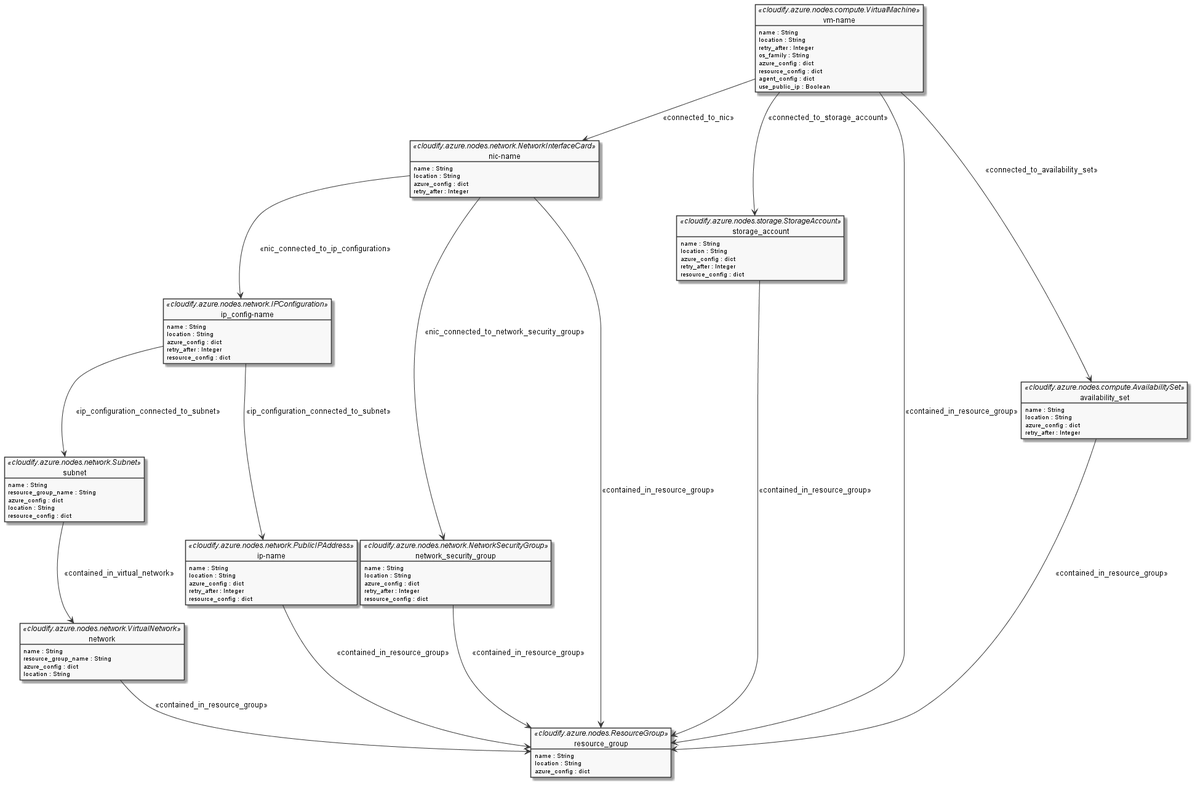
tasiomendez/iac-modelling keeps this PlantUML diagram as plantuml/out/azure/cloudify/cloudify.png. Above is the earlier version.
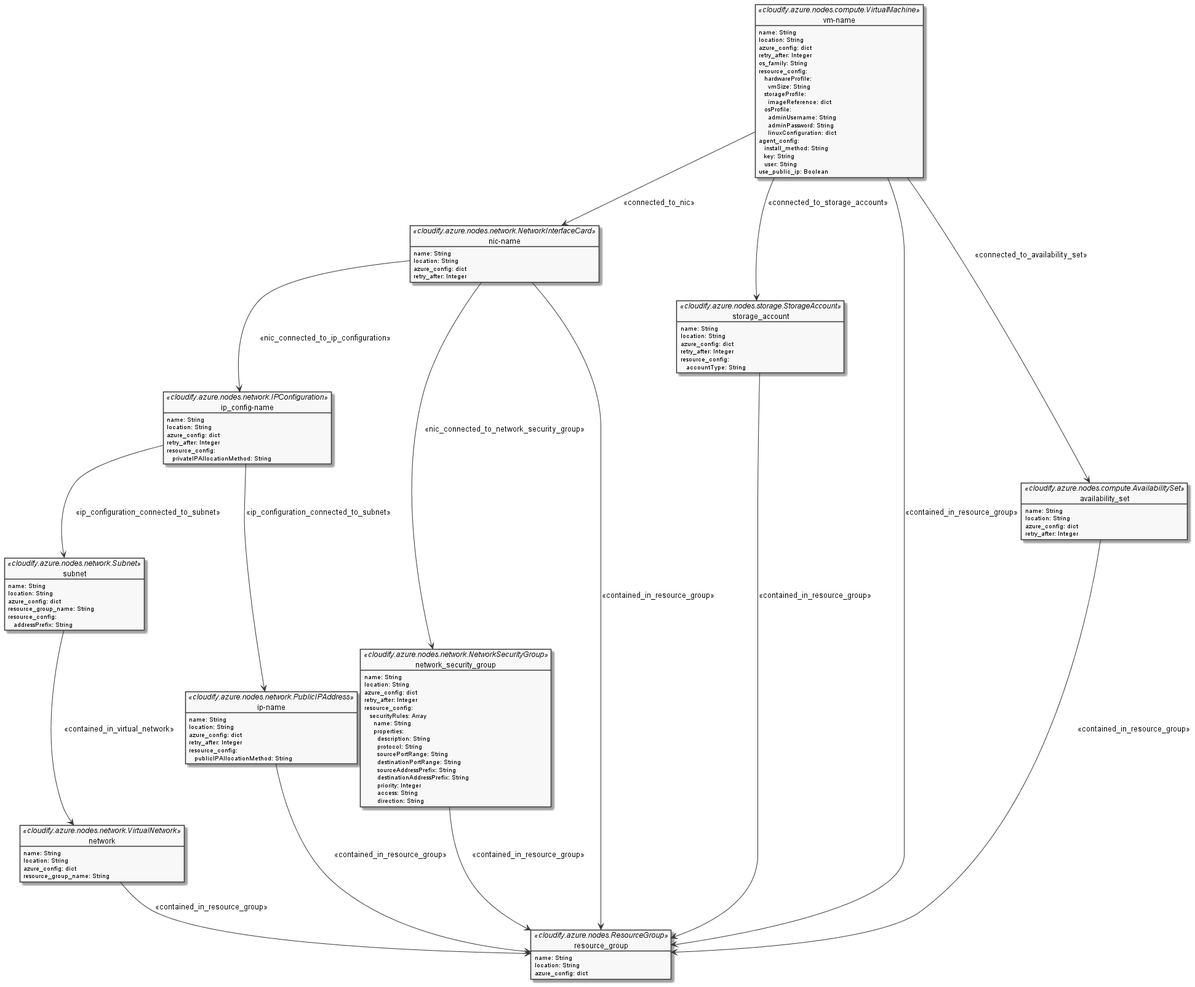
Later version of the same file.

The edit, as a diff of the source:
```diff
@@ -1,83 +1,111 @@
 @startuml cloudify
 
 skinparam monochrome true
+skinparam tabSize 2
 
 object "nic-name" as network_interface <<cloudify.azure.nodes.network.NetworkInterfaceCard>> {
-    name : String
-    location : String
-    azure_config : dict
-    retry_after : Integer
+    name: String
+    location: String
+    azure_config: dict
+    retry_after: Integer
 }
 
 object "network" as virtual_network <<cloudify.azure.nodes.network.VirtualNetwork>> {
-    name : String
-    resource_group_name : String
-    azure_config : dict
-    location : String
+    name: String
+    location: String
+    azure_config: dict
+    resource_group_name: String
 }
 
 object "subnet" as subnet <<cloudify.azure.nodes.network.Subnet>> {
-    name : String
-    resource_group_name : String
-    azure_config : dict
-    location : String
-    resource_config : dict
+    name: String
+    location: String
+    azure_config: dict
+    resource_group_name: String
+    resource_config:
+        \t addressPrefix: String
 }
 
 object "ip-name" as static_public_ip <<cloudify.azure.nodes.network.PublicIPAddress>> {
-    name : String
-    location : String
-    azure_config : dict
-    retry_after : Integer
-    resource_config : dict
+    name: String
+    location: String
+    azure_config: dict
+    retry_after: Integer
+    resource_config:
+        \t publicIPAllocationMethod: String
 }
 
 object "ip_config-name" as ip_configuration <<cloudify.azure.nodes.network.IPConfiguration>> {
-    name : String
-    location : String
-    azure_config : dict
-    retry_after : Integer
-    resource_config : dict
+    name: String
+    location: String
+    azure_config: dict
+    retry_after: Integer
+    resource_config:
+        \t privateIPAllocationMethod: String
 }
 
 object "network_security_group" as network_security_group <<cloudify.azure.nodes.network.NetworkSecurityGroup>> {
-    name : String
-    location : String
-    azure_config : dict
-    retry_after : Integer
-    resource_config : dict
+    name: String
+    location: String
+    azure_config: dict
+    retry_after: Integer
+    resource_config:
+        \t securityRules: Array
+            \t \t name: String
+            \t \t properties:
+                \t \t \t description: String
+                \t \t \t protocol: String
+                \t \t \t sourcePortRange: String
+                \t \t \t destinationPortRange: String
+                \t \t \t sourceAddressPrefix: String
+                \t \t \t destinationAddressPrefix: String
+                \t \t \t priority: Integer
+                \t \t \t access: String
+                \t \t \t direction: String
 }
 
 object "vm-name" as vm <<cloudify.azure.nodes.compute.VirtualMachine>> {
-    name : String
-    location : String
-    retry_after : Integer
-    os_family : String
-    azure_config : dict
-    resource_config : dict
-    agent_config : dict
-    use_public_ip : Boolean
+    name: String
+    location: String
+    azure_config: dict
+    retry_after: Integer
+    os_family: String
+    resource_config:
+        \t hardwareProfile:
+            \t \t vmSize: String
+        \t storageProfile:
+            \t \t imageReference: dict
+        \t osProfile:
+            \t \t adminUsername: String
+            \t \t adminPassword: String
+            \t \t linuxConfiguration: dict
+    agent_config:
+        \t install_method: String
+        \t key: String
+        \t user: String
+    use_public_ip: Boolean
 }
 
 object "storage_account" as storage_account <<cloudify.azure.nodes.storage.StorageAccount>> {
-    name : String
-    location : String
-    azure_config : dict
-    retry_after : Integer
-    resource_config : dict
+    name: String
+    location: String
+    azure_config: dict
+    retry_after: Integer
+    resource_config:
+        \t accountType: String
 }
 
 object "resource_group" as resource_group <<cloudify.azure.nodes.ResourceGroup>> {
-    name : String
-    location : String
-    azure_config : dict
+    name: String
+    location: String
+    azure_config: dict
 }
 
 object "availability_set" as availability_set <<cloudify.azure.nodes.compute.AvailabilitySet>> {
-    name : String
-    location : String
-    azure_config : dict
-    retry_after : Integer
+    name: String
+    location: String
+    azure_config: dict
+    retry_after: Integer
 }
 
 virtual_network --> resource_group : <<contained_in_resource_group>>
```
